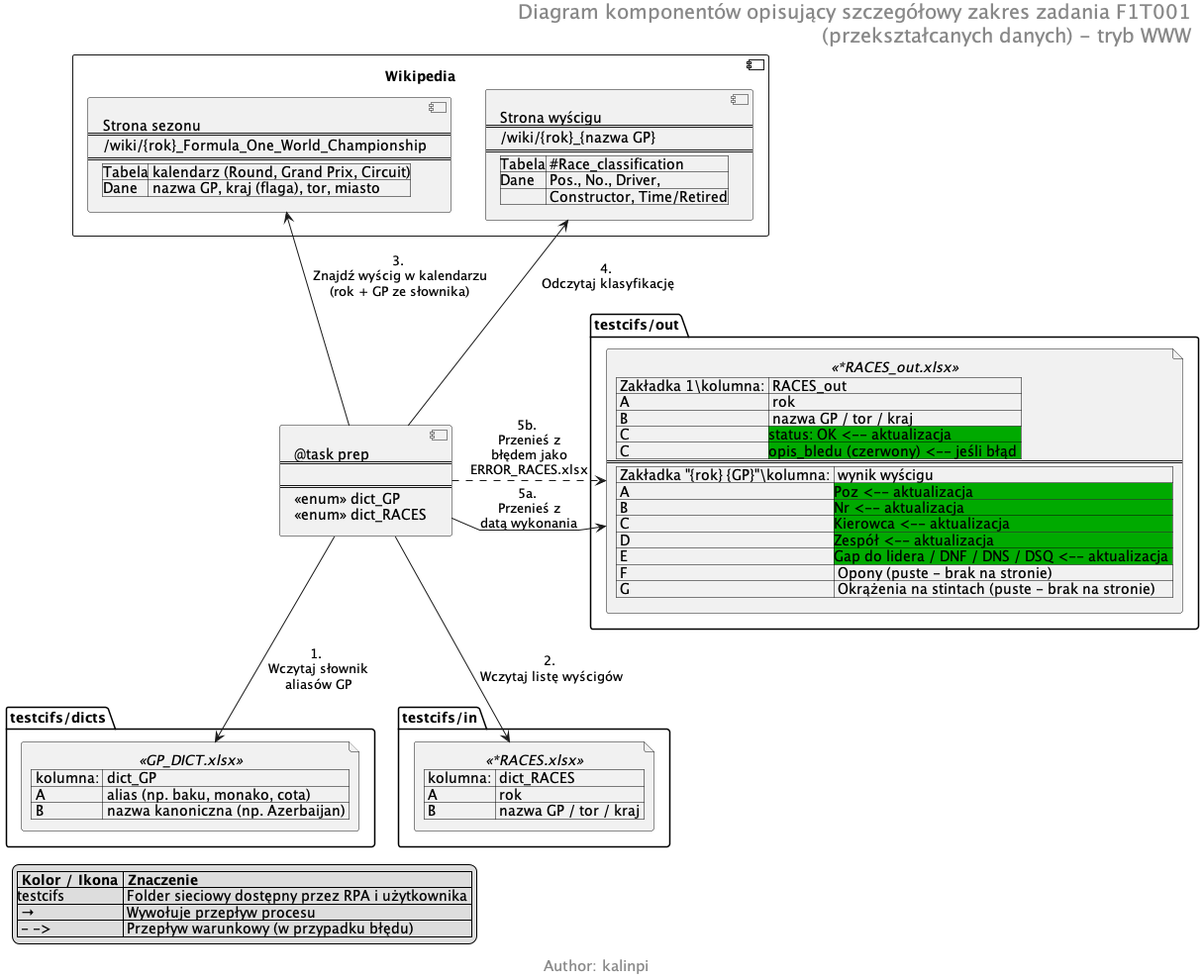
Before: www/f1t001/docs/PL/1_task_prep_Component_Diagram.png, a diagram exported from PlantUML (kalinpi/f1-rpa).
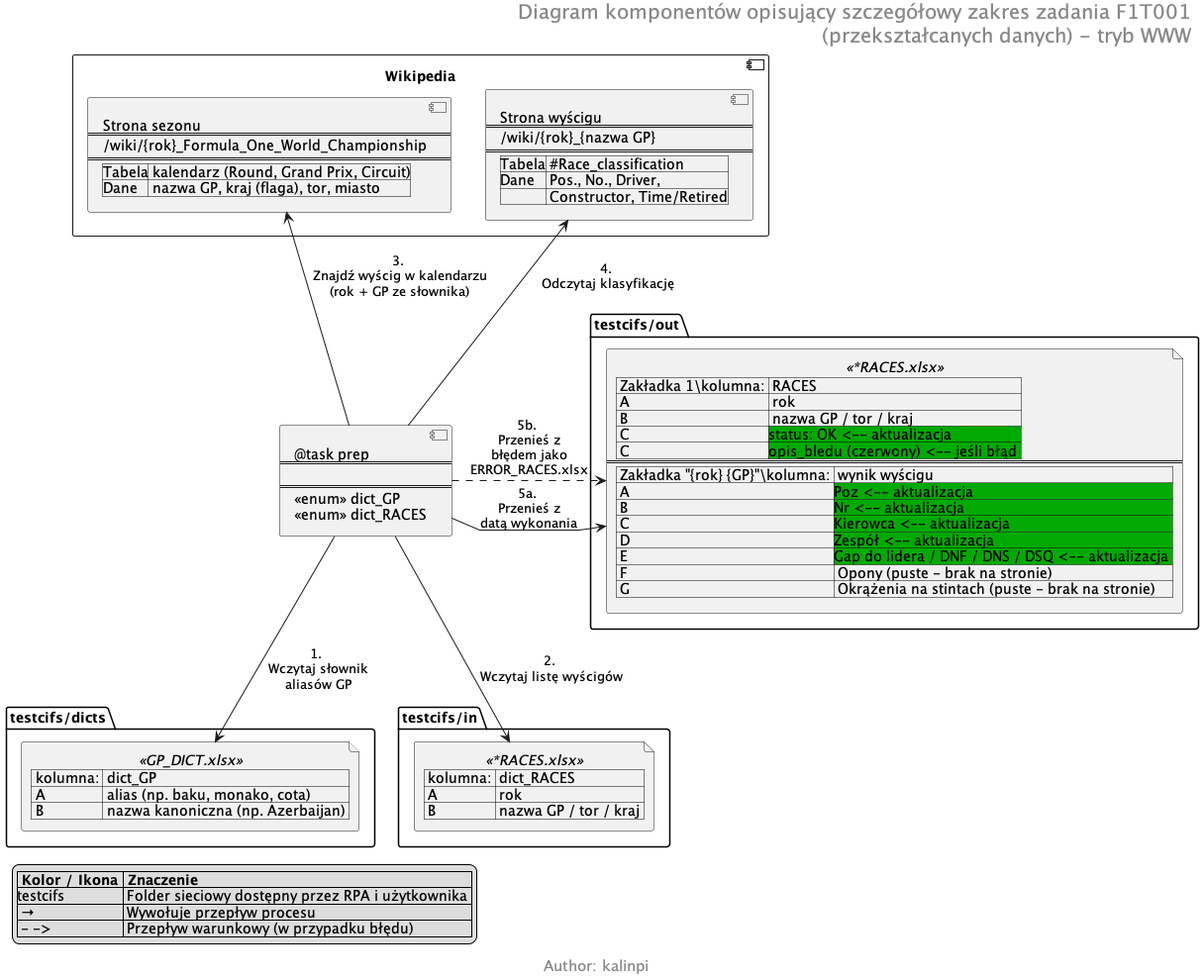
After the commit.

Change to the diagram source:
```diff
@@ -35,8 +35,8 @@
 }
 
 folder "testcifs/out" {
-  file ROUT <<*RACES_out.xlsx>> [
-  | Zakładka 1\kolumna: | RACES_out |
+  file ROUT <<*RACES.xlsx>> [
+  | Zakładka 1\kolumna: | RACES |
   | A | rok |
   | B | nazwa GP / tor / kraj |
   | C | <#00AA00>status: OK <-- aktualizacja |
```
